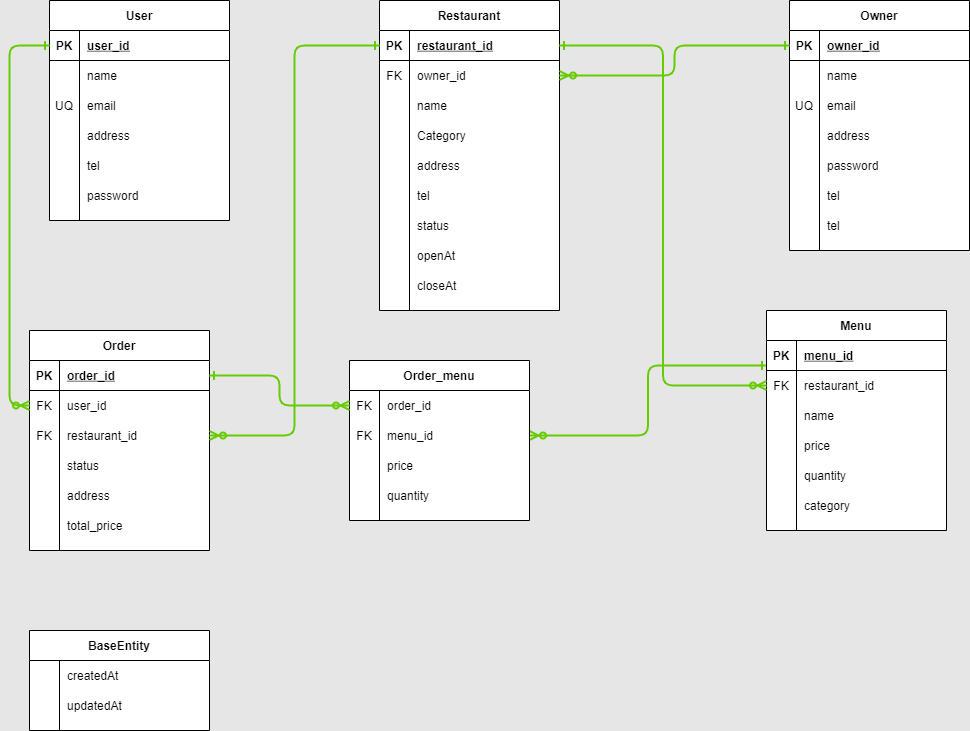
setung/delivery keeps this draw.io diagram as delivery.drawio.png. Above is the earlier version. Source tidied: cells renumbered, new cells last; positions are measured from the earlier drawing's top-left corner, leaving out a move shared by most shapes.
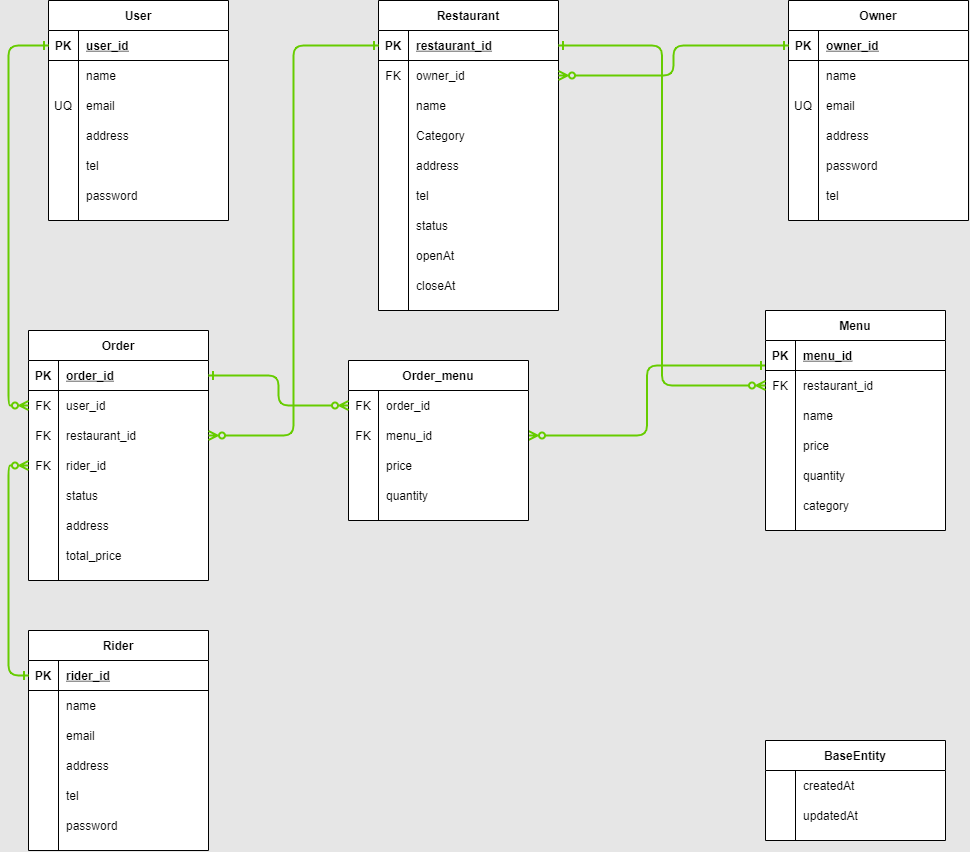
The same file after the commit.

Change to the diagram source:
```diff
@@ -60,7 +60,7 @@
       <mxGeometry x="30" width="150" height="30" as="geometry" />
     </mxCell>
     <mxCell id="21" value="Owner" style="shape=table;startSize=30;rowLines=0;fontStyle=1;align=center;swimlaneFillColor=default;" parent="1" vertex="1">
-      <mxGeometry x="760" width="180" height="250" as="geometry" />
+      <mxGeometry x="760" width="180" height="220" as="geometry" />
     </mxCell>
     <mxCell id="22" style="shape=partialRectangle;fillColor=none;top=0;left=0;bottom=1;right=0;points=[[0,0.5],[1,0.5]];portConstraint=eastwest;" parent="21" vertex="1">
       <mxGeometry y="30" width="180" height="30" as="geometry" />
@@ -116,17 +116,8 @@
     <mxCell id="39" value="tel" style="shape=partialRectangle;fillColor=none;top=0;left=0;bottom=0;right=0;align=left;spacingLeft=6;overflow=hidden;" parent="37" vertex="1">
       <mxGeometry x="30" width="150" height="30" as="geometry" />
     </mxCell>
-    <mxCell id="40" style="shape=partialRectangle;fillColor=none;top=0;left=0;bottom=0;right=0;" parent="21" vertex="1">
-      <mxGeometry y="210" width="180" height="30" as="geometry" />
-    </mxCell>
-    <mxCell id="41" style="shape=partialRectangle;fillColor=none;top=0;left=0;bottom=0;right=0;overflow=hidden;" parent="40" vertex="1">
-      <mxGeometry width="30" height="30" as="geometry" />
-    </mxCell>
-    <mxCell id="42" value="tel" style="shape=partialRectangle;fillColor=none;top=0;left=0;bottom=0;right=0;align=left;spacingLeft=6;overflow=hidden;" parent="40" vertex="1">
-      <mxGeometry x="30" width="150" height="30" as="geometry" />
-    </mxCell>
     <mxCell id="43" value="BaseEntity" style="shape=table;startSize=30;rowLines=0;fontStyle=1;align=center;swimlaneFillColor=default;" parent="1" vertex="1">
-      <mxGeometry y="630" width="180" height="100" as="geometry" />
+      <mxGeometry x="737" y="740" width="180" height="100" as="geometry" />
     </mxCell>
     <mxCell id="44" style="shape=partialRectangle;fillColor=none;top=0;left=0;bottom=0;right=0;" parent="43" vertex="1">
       <mxGeometry y="30" width="180" height="30" as="geometry" />
@@ -291,7 +282,7 @@
       <mxGeometry x="30" width="150" height="30" as="geometry" />
     </mxCell>
     <mxCell id="98" value="Order" style="shape=table;startSize=30;rowLines=0;fontStyle=1;align=center;swimlaneFillColor=default;" parent="1" vertex="1">
-      <mxGeometry y="330" width="180" height="220" as="geometry" />
+      <mxGeometry y="330" width="180" height="250" as="geometry" />
     </mxCell>
     <mxCell id="99" style="shape=partialRectangle;fillColor=none;top=0;left=0;bottom=1;right=0;points=[[0,0.5],[1,0.5]];portConstraint=eastwest;" parent="98" vertex="1">
       <mxGeometry y="30" width="180" height="30" as="geometry" />
@@ -320,8 +311,17 @@
     <mxCell id="107" value="restaurant_id" style="shape=partialRectangle;fillColor=none;top=0;left=0;bottom=0;right=0;align=left;spacingLeft=6;overflow=hidden;" parent="105" vertex="1">
       <mxGeometry x="30" width="150" height="30" as="geometry" />
     </mxCell>
+    <mxCell id="135" style="shape=partialRectangle;fillColor=none;top=0;left=0;bottom=0;right=0;points=[[0,0.5],[1,0.5]];portConstraint=eastwest;" parent="98" vertex="1">
+      <mxGeometry y="120" width="180" height="30" as="geometry" />
+    </mxCell>
+    <mxCell id="136" value="FK" style="shape=partialRectangle;fillColor=none;top=0;left=0;bottom=0;right=0;overflow=hidden;" parent="135" vertex="1">
+      <mxGeometry width="30" height="30" as="geometry" />
+    </mxCell>
+    <mxCell id="137" value="rider_id" style="shape=partialRectangle;fillColor=none;top=0;left=0;bottom=0;right=0;align=left;spacingLeft=6;overflow=hidden;" parent="135" vertex="1">
+      <mxGeometry x="30" width="150" height="30" as="geometry" />
+    </mxCell>
     <mxCell id="108" style="shape=partialRectangle;fillColor=none;top=0;left=0;bottom=0;right=0;" parent="98" vertex="1">
-      <mxGeometry y="120" width="180" height="30" as="geometry" />
+      <mxGeometry y="150" width="180" height="30" as="geometry" />
     </mxCell>
     <mxCell id="109" style="shape=partialRectangle;fillColor=none;top=0;left=0;bottom=0;right=0;overflow=hidden;" parent="108" vertex="1">
       <mxGeometry width="30" height="30" as="geometry" />
@@ -330,7 +330,7 @@
       <mxGeometry x="30" width="150" height="30" as="geometry" />
     </mxCell>
     <mxCell id="111" style="shape=partialRectangle;fillColor=none;top=0;left=0;bottom=0;right=0;" parent="98" vertex="1">
-      <mxGeometry y="150" width="180" height="30" as="geometry" />
+      <mxGeometry y="180" width="180" height="30" as="geometry" />
     </mxCell>
     <mxCell id="112" style="shape=partialRectangle;fillColor=none;top=0;left=0;bottom=0;right=0;overflow=hidden;" parent="111" vertex="1">
       <mxGeometry width="30" height="30" as="geometry" />
@@ -339,7 +339,7 @@
       <mxGeometry x="30" width="150" height="30" as="geometry" />
     </mxCell>
     <mxCell id="114" style="shape=partialRectangle;fillColor=none;top=0;left=0;bottom=0;right=0;" parent="98" vertex="1">
-      <mxGeometry y="180" width="180" height="30" as="geometry" />
+      <mxGeometry y="210" width="180" height="30" as="geometry" />
     </mxCell>
     <mxCell id="115" style="shape=partialRectangle;fillColor=none;top=0;left=0;bottom=0;right=0;overflow=hidden;" parent="114" vertex="1">
       <mxGeometry width="30" height="30" as="geometry" />
@@ -401,5 +401,70 @@
     <mxCell id="134" style="edgeStyle=orthogonalEdgeStyle;jettySize=auto;html=1;exitX=0;exitY=0.5;exitDx=0;exitDy=0;entryX=1;entryY=0.5;entryDx=0;entryDy=0;startArrow=ERone;startFill=0;endArrow=ERzeroToMany;endFill=0;strokeColor=#66CC00;strokeWidth=2;" parent="1" edge="1" source="51" target="105">
       <mxGeometry relative="1" as="geometry" />
     </mxCell>
+    <mxCell id="138" value="Rider" style="shape=table;startSize=30;rowLines=0;fontStyle=1;align=center;swimlaneFillColor=default;" parent="1" vertex="1">
+      <mxGeometry y="630" width="180" height="220" as="geometry" />
+    </mxCell>
+    <mxCell id="139" style="shape=partialRectangle;fillColor=none;top=0;left=0;bottom=1;right=0;points=[[0,0.5],[1,0.5]];portConstraint=eastwest;" parent="138" vertex="1">
+      <mxGeometry y="30" width="180" height="30" as="geometry" />
+    </mxCell>
+    <mxCell id="140" value="PK" style="shape=partialRectangle;fillColor=none;top=0;left=0;bottom=0;right=0;fontStyle=1;overflow=hidden;" parent="139" vertex="1">
+      <mxGeometry width="30" height="30" as="geometry" />
+    </mxCell>
+    <mxCell id="141" value="rider_id" style="shape=partialRectangle;fillColor=none;top=0;left=0;bottom=0;right=0;align=left;spacingLeft=6;fontStyle=5;overflow=hidden;" parent="139" vertex="1">
+      <mxGeometry x="30" width="150" height="30" as="geometry" />
+    </mxCell>
+    <mxCell id="142" style="shape=partialRectangle;fillColor=none;top=0;left=0;bottom=0;right=0;" parent="138" vertex="1">
+      <mxGeometry y="60" width="180" height="30" as="geometry" />
+    </mxCell>
+    <mxCell id="143" style="shape=partialRectangle;fillColor=none;top=0;left=0;bottom=0;right=0;overflow=hidden;" parent="142" vertex="1">
+      <mxGeometry width="30" height="30" as="geometry" />
+    </mxCell>
+    <mxCell id="144" value="name" style="shape=partialRectangle;fillColor=none;top=0;left=0;bottom=0;right=0;align=left;spacingLeft=6;overflow=hidden;" parent="142" vertex="1">
+      <mxGeometry x="30" width="150" height="30" as="geometry" />
+    </mxCell>
+    <mxCell id="145" style="shape=partialRectangle;fillColor=none;top=0;left=0;bottom=0;right=0;" parent="138" vertex="1">
+      <mxGeometry y="90" width="180" height="30" as="geometry" />
+    </mxCell>
+    <mxCell id="146" style="shape=partialRectangle;fillColor=none;top=0;left=0;bottom=0;right=0;overflow=hidden;" parent="145" vertex="1">
+      <mxGeometry width="30" height="30" as="geometry" />
+    </mxCell>
+    <mxCell id="147" value="email" style="shape=partialRectangle;fillColor=none;top=0;left=0;bottom=0;right=0;align=left;spacingLeft=6;overflow=hidden;" parent="145" vertex="1">
+      <mxGeometry x="30" width="150" height="30" as="geometry" />
+    </mxCell>
+    <mxCell id="148" style="shape=partialRectangle;fillColor=none;top=0;left=0;bottom=0;right=0;" parent="138" vertex="1">
+      <mxGeometry y="120" width="180" height="30" as="geometry" />
+    </mxCell>
+    <mxCell id="149" style="shape=partialRectangle;fillColor=none;top=0;left=0;bottom=0;right=0;overflow=hidden;" parent="148" vertex="1">
+      <mxGeometry width="30" height="30" as="geometry" />
+    </mxCell>
+    <mxCell id="150" value="address" style="shape=partialRectangle;fillColor=none;top=0;left=0;bottom=0;right=0;align=left;spacingLeft=6;overflow=hidden;" parent="148" vertex="1">
+      <mxGeometry x="30" width="150" height="30" as="geometry" />
+    </mxCell>
+    <mxCell id="151" style="shape=partialRectangle;fillColor=none;top=0;left=0;bottom=0;right=0;" parent="138" vertex="1">
+      <mxGeometry y="150" width="180" height="30" as="geometry" />
+    </mxCell>
+    <mxCell id="152" style="shape=partialRectangle;fillColor=none;top=0;left=0;bottom=0;right=0;overflow=hidden;" parent="151" vertex="1">
+      <mxGeometry width="30" height="30" as="geometry" />
+    </mxCell>
+    <mxCell id="42" value="tel" style="shape=partialRectangle;fillColor=none;top=0;left=0;bottom=0;right=0;align=left;spacingLeft=6;overflow=hidden;" parent="151" vertex="1">
+      <mxGeometry x="30" width="150" height="30" as="geometry" />
+    </mxCell>
+    <mxCell id="153" style="shape=partialRectangle;fillColor=none;top=0;left=0;bottom=0;right=0;" parent="138" vertex="1">
+      <mxGeometry y="180" width="180" height="30" as="geometry" />
+    </mxCell>
+    <mxCell id="154" style="shape=partialRectangle;fillColor=none;top=0;left=0;bottom=0;right=0;overflow=hidden;" parent="153" vertex="1">
+      <mxGeometry width="30" height="30" as="geometry" />
+    </mxCell>
+    <mxCell id="155" value="password" style="shape=partialRectangle;fillColor=none;top=0;left=0;bottom=0;right=0;align=left;spacingLeft=6;overflow=hidden;" parent="153" vertex="1">
+      <mxGeometry x="30" width="150" height="30" as="geometry" />
+    </mxCell>
+    <mxCell id="156" style="edgeStyle=orthogonalEdgeStyle;jettySize=auto;html=1;exitX=0;exitY=0.5;exitDx=0;exitDy=0;startArrow=ERone;startFill=0;endArrow=ERzeroToMany;endFill=0;strokeWidth=2;strokeColor=#66CC00;entryX=0;entryY=0.5;entryDx=0;entryDy=0;" parent="1" edge="1" source="139" target="135">
+      <mxGeometry relative="1" as="geometry">
+        <Array as="points">
+          <mxPoint x="-20" y="675" />
+          <mxPoint x="-20" y="465" />
+        </Array>
+      </mxGeometry>
+    </mxCell>
   </root>
 </mxGraphModel>
```
